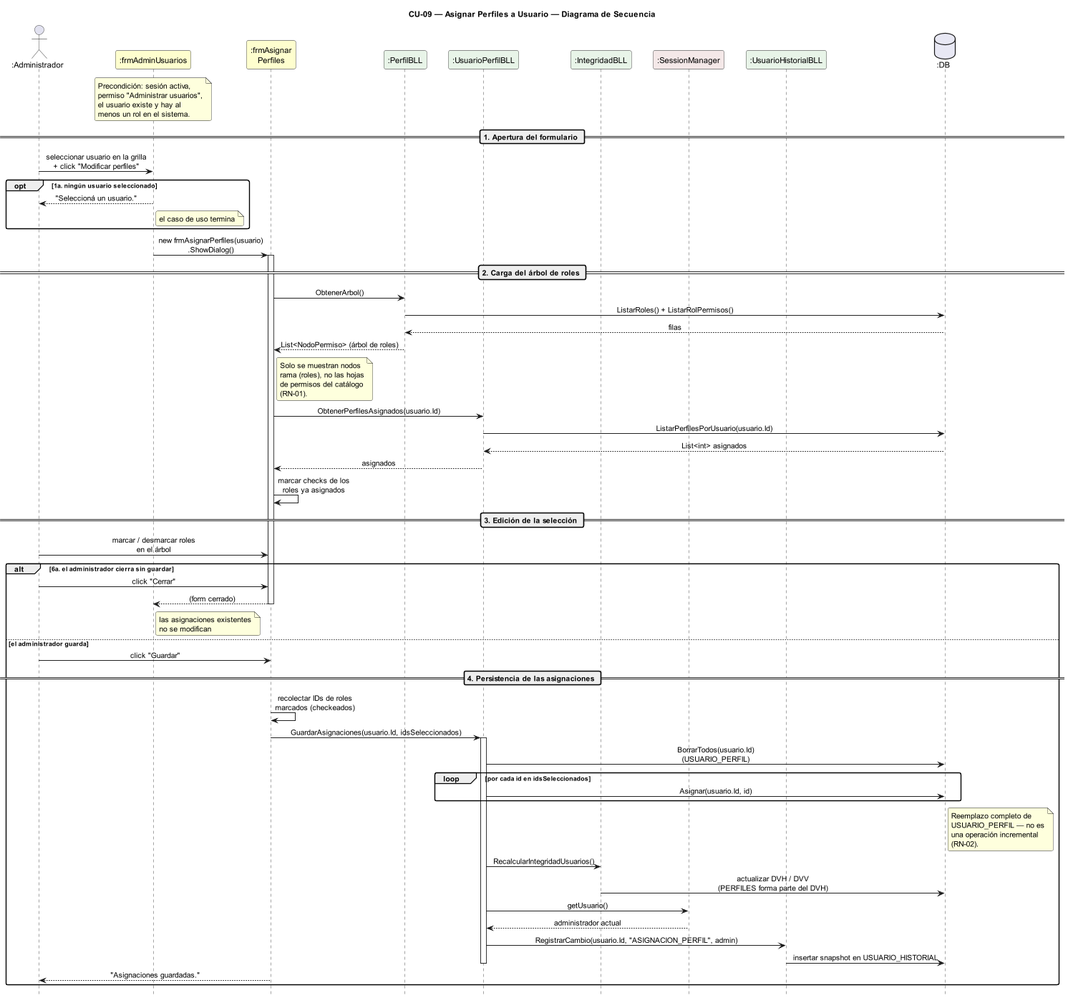
Urrels/ingenieria_software keeps this PlantUML diagram as DIAGRAMAS/DiagramaSecuencia_CU09_AsignarPerfiles.png. Above is the earlier version.
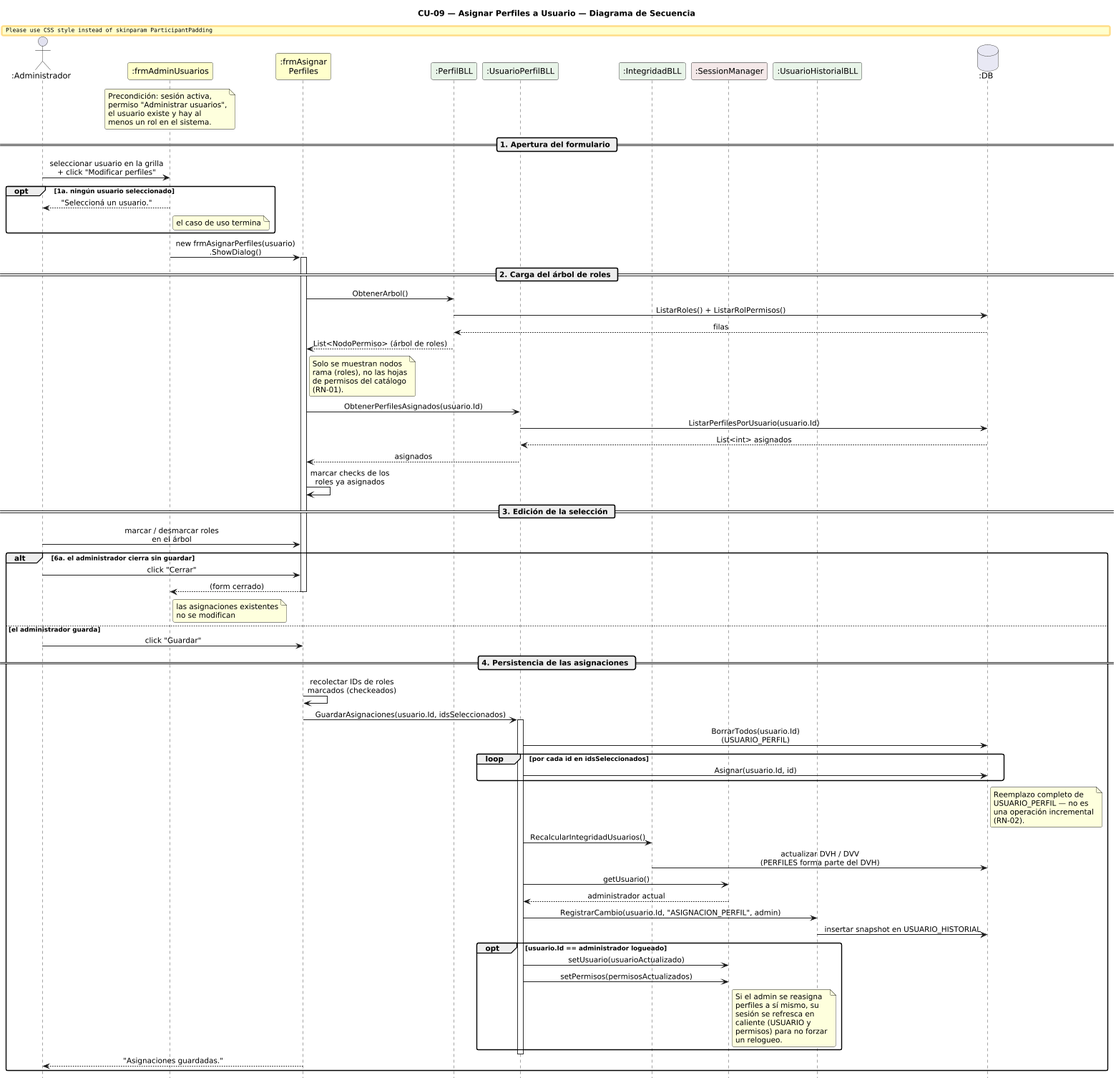
Later version of the same file.

Commit message:
docs: corrige diagramas CU07/CU08/CU09/CU19/CU20 (paginado real, fallback traducciones, refresco de sesión)

Diff of the diagram source:
```diff
@@ -96,6 +96,19 @@
 
   UP -> UH : RegistrarCambio(usuario.Id, "ASIGNACION_PERFIL", admin)
   UH -> DB : insertar snapshot en USUARIO_HISTORIAL
+
+  opt usuario.Id == administrador logueado
+    UP -> SM : setUsuario(usuarioActualizado)
+    UP -> SM : setPermisos(permisosActualizados)
+    note right of SM
+      Si el admin se reasigna
+      perfiles a sí mismo, su
+      sesión se refresca en
+      caliente (USUARIO y
+      permisos) para no forzar
+      un relogueo.
+    end note
+  end
   deactivate UP
 
   FP --> A : "Asignaciones guardadas."
```
